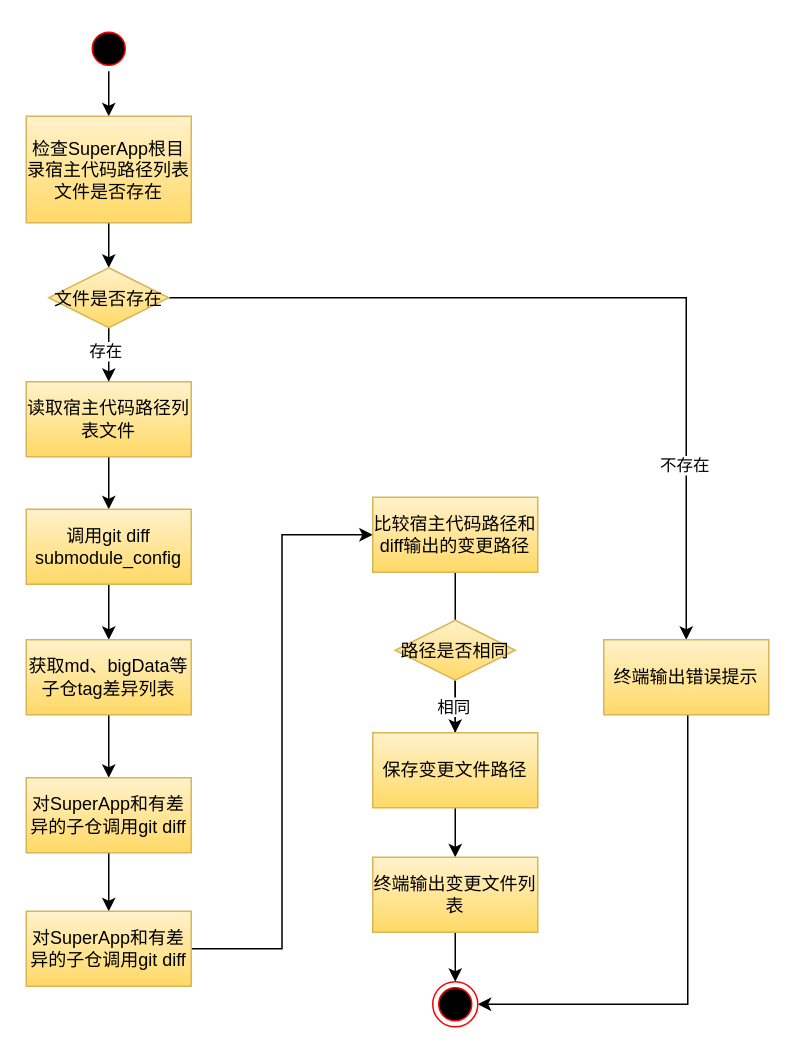
jasonjiang1018/draw.io-UML keeps this draw.io diagram as git_diff.drawio. Above is the earlier version. Source tidied: cells renumbered, new cells numbered last; positions are measured from the earlier drawing's top-left corner, leaving out a move shared by most shapes. Both pictures are drawn from the tidied source at 150%, with x=0, y=0 at pixel (26, 26).
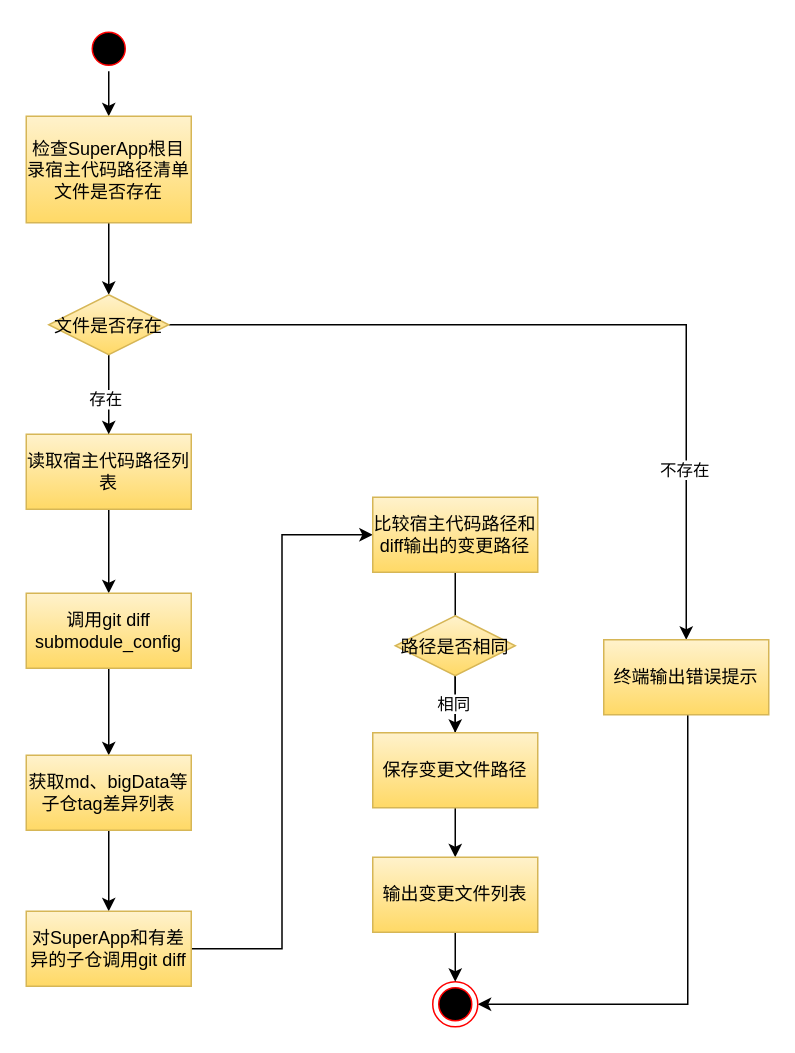
The same page after the edit.

The change refers to these unchanged cells:
```xml
<mxCell id="23" value="对SuperApp和有差异的子仓调用git diff" style="whiteSpace=wrap;fillColor=#fff2cc;gradientColor=#ffd966;strokeColor=#d6b656;" parent="1" vertex="1">
  <mxGeometry y="590" width="110" height="50" as="geometry" />
</mxCell>
```

What changed in the source:
```diff
@@
-    <mxCell id="5" value="检查SuperApp根目录宿主代码路径列表文件是否存在" style="fillColor=#fff2cc;strokeColor=#d6b656;whiteSpace=wrap;gradientColor=#ffd966;" parent="1" vertex="1">
+    <mxCell id="5" value="检查SuperApp根目录宿主代码路径清单文件是否存在" style="fillColor=#fff2cc;strokeColor=#d6b656;whiteSpace=wrap;gradientColor=#ffd966;" parent="1" vertex="1">
       <mxGeometry y="60" width="110" height="71" as="geometry" />
     </mxCell>
@@
-    <mxCell id="7" value="读取宿主代码路径列表文件" style="whiteSpace=wrap;fillColor=#fff2cc;gradientColor=#ffd966;strokeColor=#d6b656;" parent="1" vertex="1">
-      <mxGeometry y="237" width="110" height="50" as="geometry" />
+    <mxCell id="7" value="读取宿主代码路径列表" style="whiteSpace=wrap;fillColor=#fff2cc;gradientColor=#ffd966;strokeColor=#d6b656;" parent="1" vertex="1">
+      <mxGeometry y="272" width="110" height="50" as="geometry" />
     </mxCell>
@@
     <mxCell id="12" value="文件是否存在" style="rhombus;fillColor=#fff2cc;strokeColor=#d6b656;gradientColor=#ffd966;" parent="1" vertex="1">
-      <mxGeometry x="15" y="161" width="80" height="40" as="geometry" />
+      <mxGeometry x="15" y="179" width="80" height="40" as="geometry" />
     </mxCell>
@@
     <mxCell id="17" value="调用git diff submodule_config" style="whiteSpace=wrap;fillColor=#fff2cc;gradientColor=#ffd966;strokeColor=#d6b656;" parent="1" vertex="1">
-      <mxGeometry y="322" width="110" height="50" as="geometry" />
+      <mxGeometry y="378" width="110" height="50" as="geometry" />
     </mxCell>
-    <mxCell id="18" style="edgeStyle=orthogonalEdgeStyle;rounded=0;jettySize=auto;html=1;" parent="1" edge="1" source="19" target="21">
-      <mxGeometry relative="1" as="geometry" />
-    </mxCell>
+    <mxCell id="32" style="edgeStyle=orthogonalEdgeStyle;rounded=0;jettySize=auto;html=1;" parent="1" edge="1" source="19" target="23">
+      <mxGeometry relative="1" as="geometry" />
+    </mxCell>
     <mxCell id="19" value="获取md、bigData等子仓tag差异列表" style="whiteSpace=wrap;fillColor=#fff2cc;gradientColor=#ffd966;strokeColor=#d6b656;" parent="1" vertex="1">
-      <mxGeometry y="409" width="110" height="50" as="geometry" />
+      <mxGeometry y="486" width="110" height="50" as="geometry" />
     </mxCell>
-    <mxCell id="20" style="edgeStyle=orthogonalEdgeStyle;rounded=0;jettySize=auto;html=1;" parent="1" edge="1" source="21" target="23">
-      <mxGeometry relative="1" as="geometry" />
-    </mxCell>
-    <mxCell id="21" value="对SuperApp和有差异的子仓调用git diff" style="whiteSpace=wrap;fillColor=#fff2cc;gradientColor=#ffd966;strokeColor=#d6b656;" parent="1" vertex="1">
-      <mxGeometry y="501" width="110" height="50" as="geometry" />
-    </mxCell>
@@
     <mxCell id="28" value="路径是否相同" style="rhombus;fillColor=#fff2cc;strokeColor=#d6b656;gradientColor=#ffd966;" parent="1" vertex="1">
-      <mxGeometry x="246" y="396" width="80" height="40" as="geometry" />
+      <mxGeometry x="246" y="393" width="80" height="40" as="geometry" />
     </mxCell>
@@
-    <mxCell id="31" value="终端输出变更文件列表" style="whiteSpace=wrap;fillColor=#fff2cc;gradientColor=#ffd966;strokeColor=#d6b656;" parent="1" vertex="1">
+    <mxCell id="31" value="输出变更文件列表" style="whiteSpace=wrap;fillColor=#fff2cc;gradientColor=#ffd966;strokeColor=#d6b656;" parent="1" vertex="1">
       <mxGeometry x="231" y="554" width="110" height="50" as="geometry" />
     </mxCell>
```
